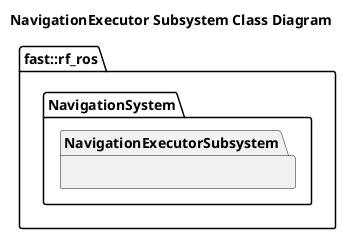
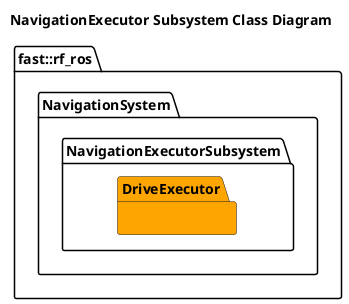
@startuml
title NavigationExecutor Subsystem Class Diagram

namespace fast::rf_ros {
    namespace NavigationSystem {
        namespace NavigationExecutorSubsystem {
+             package DriveExecutor #Orange {

+             }
        }
    }
}
@enduml